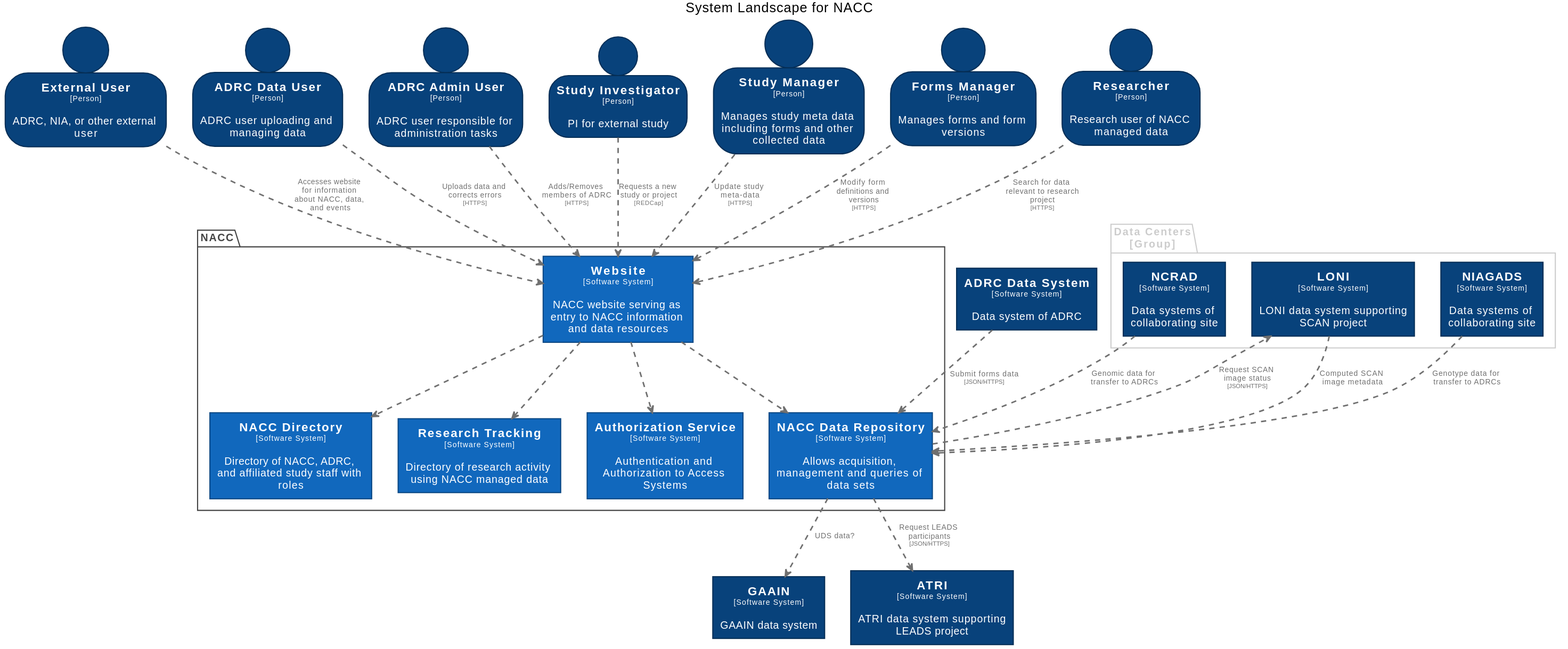
The PlantUML diagram docs/images/structurizr-SystemLandscape.svg in naccdata/system-design, before a commit.
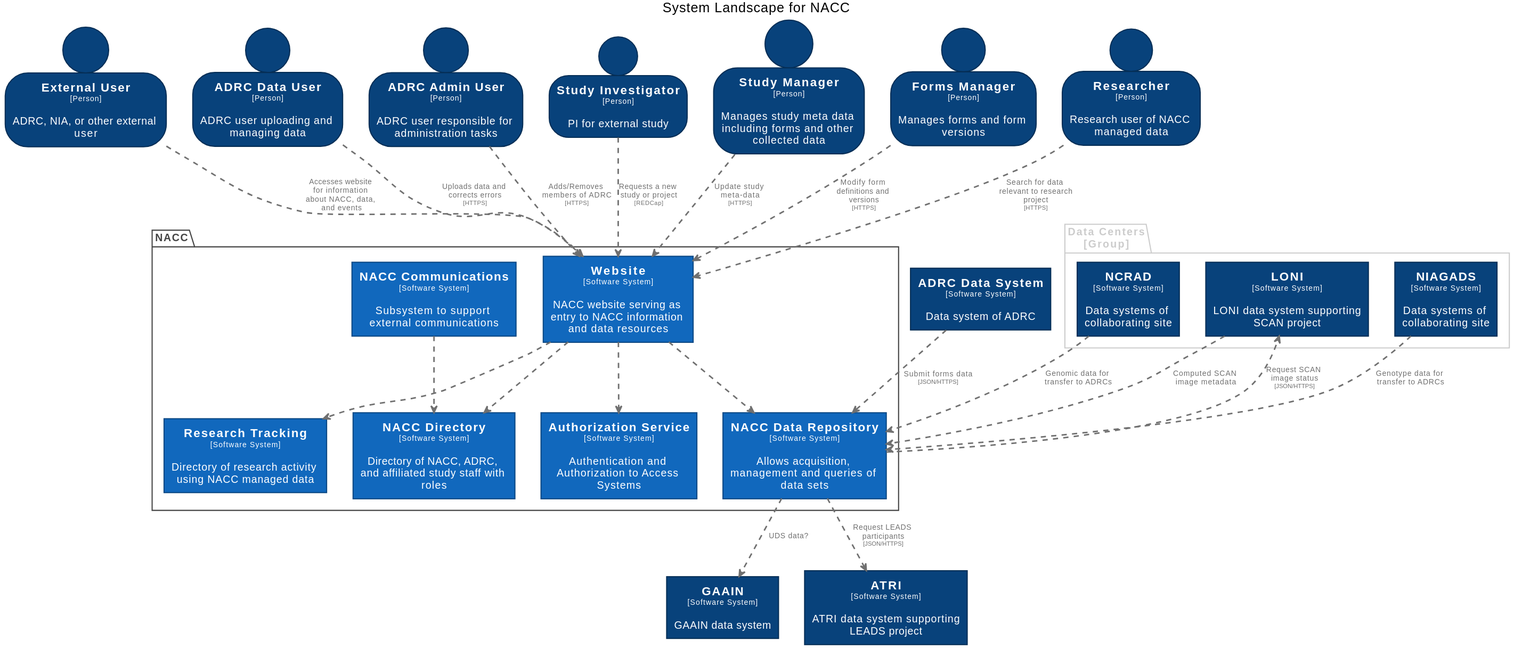
Above is the later version.

Change to the diagram source:
```diff
@@ -58,6 +58,11 @@
   FontColor #ffffff
   BorderColor #052e56
 }
+skinparam rectangle<<NACCCommunications>> {
+  BackgroundColor #1168bd
+  FontColor #ffffff
+  BorderColor #0b4884
+}
 skinparam rectangle<<NACCDataRepository>> {
   BackgroundColor #1168bd
   FontColor #ffffff
@@ -111,6 +116,7 @@
   rectangle "==Authorization Service\n<size:10>[Software System]</size>\n\nAuthentication and Authorization to Access Systems" <<AuthorizationService>> as AuthorizationService
   rectangle "==NACC Data Repository\n<size:10>[Software System]</size>\n\nAllows acquisition, management and queries of data sets" <<NACCDataRepository>> as NACCDataRepository
   rectangle "==NACC Directory\n<size:10>[Software System]</size>\n\nDirectory of NACC, ADRC, and affiliated study staff with roles" <<NACCDirectory>> as NACCDirectory
+  rectangle "==NACC Communications\n<size:10>[Software System]</size>\n\nSubsystem to support external communications" <<NACCCommunications>> as NACCCommunications
   rectangle "==Research Tracking\n<size:10>[Software System]</size>\n\nDirectory of research activity using NACC managed data" <<ResearchTracking>> as ResearchTracking
   rectangle "==Website\n<size:10>[Software System]</size>\n\nNACC website serving as entry to NACC information and data resources" <<Website>> as Website
 }
@@ -135,7 +141,9 @@
 rectangle "==ADRC Data System\n<size:10>[Software System]</size>\n\nData system of ADRC" <<ADRCDataSystem>> as ADRCDataSystem
 rectangle "==ATRI\n<size:10>[Software System]</size>\n\nATRI data system supporting LEADS project" <<ATRI>> as ATRI
 
+NACCDataRepository .[#707070,thickness=2].> ATRI : "<color:#707070>Request LEADS participants\n<color:#707070><size:8>[JSON/HTTPS]</size>"
 NACCDataRepository .[#707070,thickness=2].> GAAIN : "<color:#707070>UDS data?"
+NACCCommunications .[#707070,thickness=2].> NACCDirectory : "<color:#707070>"
 Website .[#707070,thickness=2].> AuthorizationService : "<color:#707070>"
 Website .[#707070,thickness=2].> NACCDirectory : "<color:#707070>"
 Website .[#707070,thickness=2].> NACCDataRepository : "<color:#707070>"
@@ -152,5 +160,4 @@
 NIAGADS .[#707070,thickness=2].> NACCDataRepository : "<color:#707070>Genotype data for transfer to ADRCs"
 LONI .[#707070,thickness=2].> NACCDataRepository : "<color:#707070>Computed SCAN image metadata"
 NACCDataRepository .[#707070,thickness=2].> LONI : "<color:#707070>Request SCAN image status\n<color:#707070><size:8>[JSON/HTTPS]</size>"
-NACCDataRepository .[#707070,thickness=2].> ATRI : "<color:#707070>Request LEADS participants\n<color:#707070><size:8>[JSON/HTTPS]</size>"
 @enduml
```
